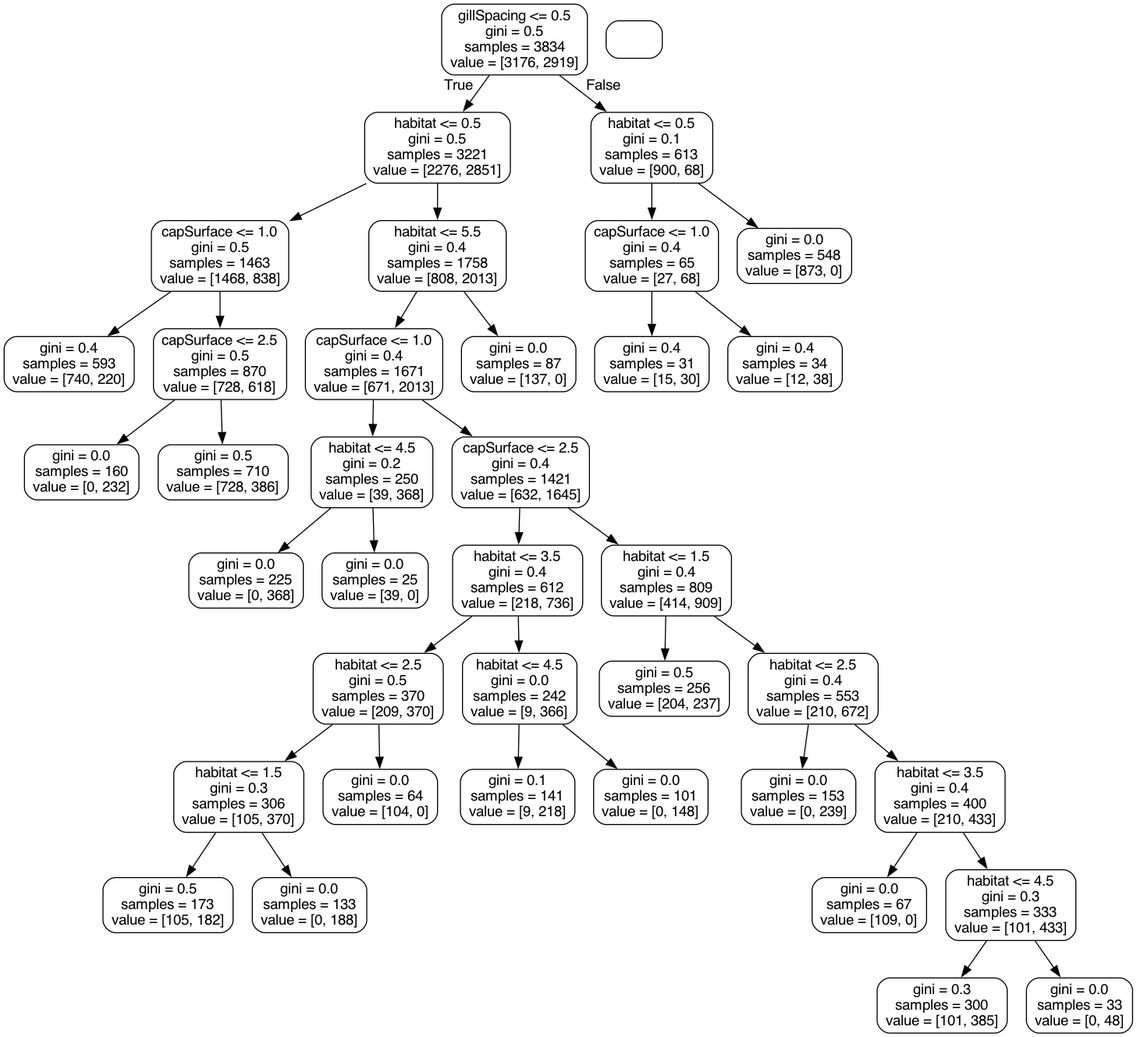
Before: Images/tree.png, a diagram exported from Graphviz (williamhenderson02/ML-Coursework-2022). Its source is kept beside it as tree.dot.
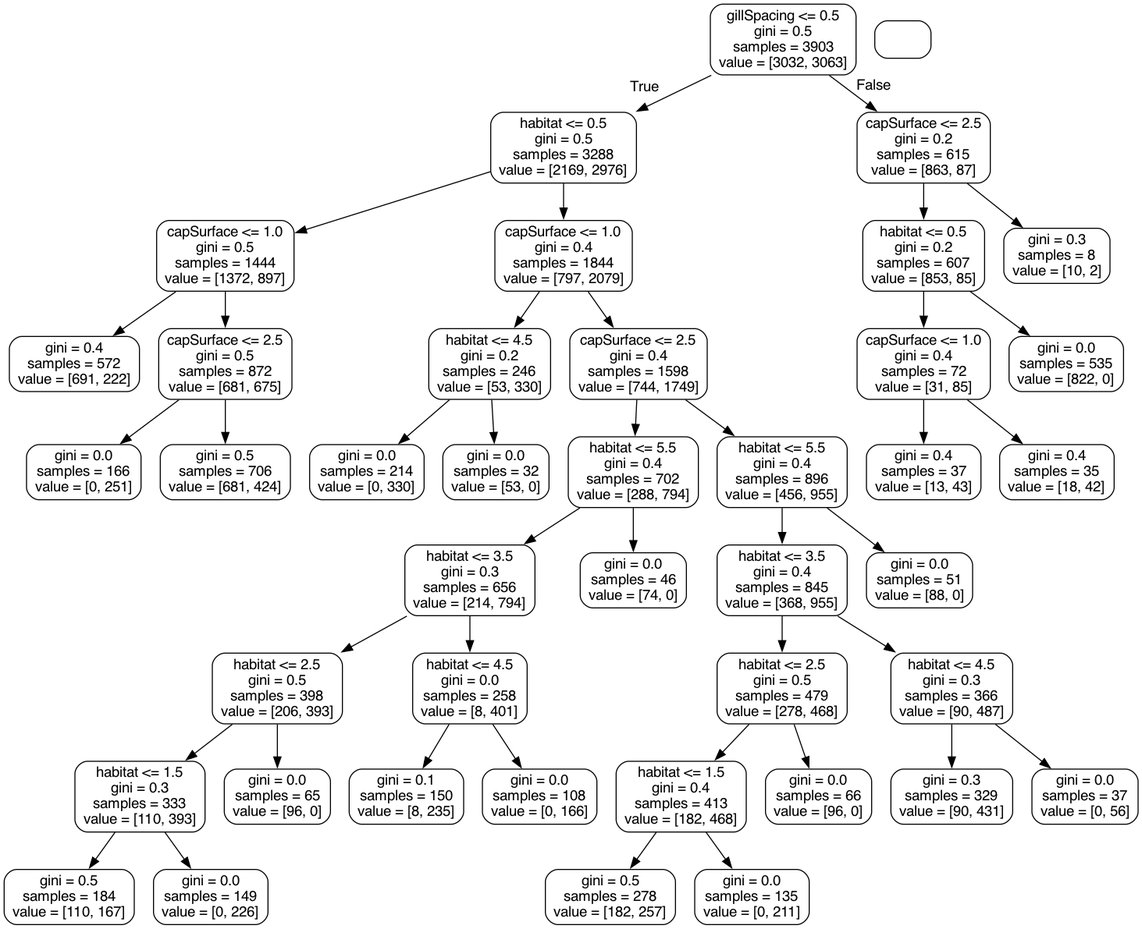
Above is the later version.

Change to the diagram source:
```diff
@@ -1,77 +1,85 @@
 digraph Tree {
 node [shape=box, style="rounded", color="black", fontname="helvetica"] ;
 edge [fontname="helvetica"] ;
-0 [label="gillSpacing <= 0.5\ngini = 0.5\nsamples = 3834\nvalue = [3176, 2919]"] ;
-1 [label="habitat <= 0.5\ngini = 0.5\nsamples = 3221\nvalue = [2276, 2851]"] ;
+0 [label="gillSpacing <= 0.5\ngini = 0.5\nsamples = 3903\nvalue = [3032, 3063]"] ;
+1 [label="habitat <= 0.5\ngini = 0.5\nsamples = 3288\nvalue = [2169, 2976]"] ;
 0 -> 1 [labeldistance=2.5, labelangle=45, headlabel="True"] ;
-2 [label="capSurface <= 1.0\ngini = 0.5\nsamples = 1463\nvalue = [1468, 838]"] ;
+2 [label="capSurface <= 1.0\ngini = 0.5\nsamples = 1444\nvalue = [1372, 897]"] ;
 1 -> 2 ;
-3 [label="gini = 0.4\nsamples = 593\nvalue = [740, 220]"] ;
+3 [label="gini = 0.4\nsamples = 572\nvalue = [691, 222]"] ;
 2 -> 3 ;
-4 [label="capSurface <= 2.5\ngini = 0.5\nsamples = 870\nvalue = [728, 618]"] ;
+4 [label="capSurface <= 2.5\ngini = 0.5\nsamples = 872\nvalue = [681, 675]"] ;
 2 -> 4 ;
-5 [label="gini = 0.0\nsamples = 160\nvalue = [0, 232]"] ;
+5 [label="gini = 0.0\nsamples = 166\nvalue = [0, 251]"] ;
 4 -> 5 ;
-6 [label="gini = 0.5\nsamples = 710\nvalue = [728, 386]"] ;
+6 [label="gini = 0.5\nsamples = 706\nvalue = [681, 424]"] ;
 4 -> 6 ;
-7 [label="habitat <= 5.5\ngini = 0.4\nsamples = 1758\nvalue = [808, 2013]"] ;
+7 [label="capSurface <= 1.0\ngini = 0.4\nsamples = 1844\nvalue = [797, 2079]"] ;
 1 -> 7 ;
-8 [label="capSurface <= 1.0\ngini = 0.4\nsamples = 1671\nvalue = [671, 2013]"] ;
+8 [label="habitat <= 4.5\ngini = 0.2\nsamples = 246\nvalue = [53, 330]"] ;
 7 -> 8 ;
-9 [label="habitat <= 4.5\ngini = 0.2\nsamples = 250\nvalue = [39, 368]"] ;
+9 [label="gini = 0.0\nsamples = 214\nvalue = [0, 330]"] ;
 8 -> 9 ;
-10 [label="gini = 0.0\nsamples = 225\nvalue = [0, 368]"] ;
-9 -> 10 ;
-11 [label="gini = 0.0\nsamples = 25\nvalue = [39, 0]"] ;
-9 -> 11 ;
-12 [label="capSurface <= 2.5\ngini = 0.4\nsamples = 1421\nvalue = [632, 1645]"] ;
-8 -> 12 ;
-13 [label="habitat <= 3.5\ngini = 0.4\nsamples = 612\nvalue = [218, 736]"] ;
+10 [label="gini = 0.0\nsamples = 32\nvalue = [53, 0]"] ;
+8 -> 10 ;
+11 [label="capSurface <= 2.5\ngini = 0.4\nsamples = 1598\nvalue = [744, 1749]"] ;
+7 -> 11 ;
+12 [label="habitat <= 5.5\ngini = 0.4\nsamples = 702\nvalue = [288, 794]"] ;
+11 -> 12 ;
+13 [label="habitat <= 3.5\ngini = 0.3\nsamples = 656\nvalue = [214, 794]"] ;
 12 -> 13 ;
-14 [label="habitat <= 2.5\ngini = 0.5\nsamples = 370\nvalue = [209, 370]"] ;
+14 [label="habitat <= 2.5\ngini = 0.5\nsamples = 398\nvalue = [206, 393]"] ;
 13 -> 14 ;
-15 [label="habitat <= 1.5\ngini = 0.3\nsamples = 306\nvalue = [105, 370]"] ;
+15 [label="habitat <= 1.5\ngini = 0.3\nsamples = 333\nvalue = [110, 393]"] ;
 14 -> 15 ;
-16 [label="gini = 0.5\nsamples = 173\nvalue = [105, 182]"] ;
+16 [label="gini = 0.5\nsamples = 184\nvalue = [110, 167]"] ;
 15 -> 16 ;
-17 [label="gini = 0.0\nsamples = 133\nvalue = [0, 188]"] ;
+17 [label="gini = 0.0\nsamples = 149\nvalue = [0, 226]"] ;
 15 -> 17 ;
-18 [label="gini = 0.0\nsamples = 64\nvalue = [104, 0]"] ;
+18 [label="gini = 0.0\nsamples = 65\nvalue = [96, 0]"] ;
 14 -> 18 ;
-19 [label="habitat <= 4.5\ngini = 0.0\nsamples = 242\nvalue = [9, 366]"] ;
+19 [label="habitat <= 4.5\ngini = 0.0\nsamples = 258\nvalue = [8, 401]"] ;
 13 -> 19 ;
-20 [label="gini = 0.1\nsamples = 141\nvalue = [9, 218]"] ;
+20 [label="gini = 0.1\nsamples = 150\nvalue = [8, 235]"] ;
 19 -> 20 ;
-21 [label="gini = 0.0\nsamples = 101\nvalue = [0, 148]"] ;
+21 [label="gini = 0.0\nsamples = 108\nvalue = [0, 166]"] ;
 19 -> 21 ;
-22 [label="habitat <= 1.5\ngini = 0.4\nsamples = 809\nvalue = [414, 909]"] ;
+22 [label="gini = 0.0\nsamples = 46\nvalue = [74, 0]"] ;
 12 -> 22 ;
-23 [label="gini = 0.5\nsamples = 256\nvalue = [204, 237]"] ;
-22 -> 23 ;
-24 [label="habitat <= 2.5\ngini = 0.4\nsamples = 553\nvalue = [210, 672]"] ;
-22 -> 24 ;
-25 [label="gini = 0.0\nsamples = 153\nvalue = [0, 239]"] ;
+23 [label="habitat <= 5.5\ngini = 0.4\nsamples = 896\nvalue = [456, 955]"] ;
+11 -> 23 ;
+24 [label="habitat <= 3.5\ngini = 0.4\nsamples = 845\nvalue = [368, 955]"] ;
+23 -> 24 ;
+25 [label="habitat <= 2.5\ngini = 0.5\nsamples = 479\nvalue = [278, 468]"] ;
 24 -> 25 ;
-26 [label="habitat <= 3.5\ngini = 0.4\nsamples = 400\nvalue = [210, 433]"] ;
-24 -> 26 ;
-27 [label="gini = 0.0\nsamples = 67\nvalue = [109, 0]"] ;
+26 [label="habitat <= 1.5\ngini = 0.4\nsamples = 413\nvalue = [182, 468]"] ;
+25 -> 26 ;
+27 [label="gini = 0.5\nsamples = 278\nvalue = [182, 257]"] ;
 26 -> 27 ;
-28 [label="habitat <= 4.5\ngini = 0.3\nsamples = 333\nvalue = [101, 433]"] ;
+28 [label="gini = 0.0\nsamples = 135\nvalue = [0, 211]"] ;
 26 -> 28 ;
-29 [label="gini = 0.3\nsamples = 300\nvalue = [101, 385]"] ;
-28 -> 29 ;
-30 [label="gini = 0.0\nsamples = 33\nvalue = [0, 48]"] ;
-28 -> 30 ;
-31 [label="gini = 0.0\nsamples = 87\nvalue = [137, 0]"] ;
-7 -> 31 ;
-32 [label="habitat <= 0.5\ngini = 0.1\nsamples = 613\nvalue = [900, 68]"] ;
-0 -> 32 [labeldistance=2.5, labelangle=-45, headlabel="False"] ;
-33 [label="capSurface <= 1.0\ngini = 0.4\nsamples = 65\nvalue = [27, 68]"] ;
-32 -> 33 ;
-34 [label="gini = 0.4\nsamples = 31\nvalue = [15, 30]"] ;
-33 -> 34 ;
-35 [label="gini = 0.4\nsamples = 34\nvalue = [12, 38]"] ;
-33 -> 35 ;
-36 [label="gini = 0.0\nsamples = 548\nvalue = [873, 0]"] ;
-32 -> 36 ;
+29 [label="gini = 0.0\nsamples = 66\nvalue = [96, 0]"] ;
+25 -> 29 ;
+30 [label="habitat <= 4.5\ngini = 0.3\nsamples = 366\nvalue = [90, 487]"] ;
+24 -> 30 ;
+31 [label="gini = 0.3\nsamples = 329\nvalue = [90, 431]"] ;
+30 -> 31 ;
+32 [label="gini = 0.0\nsamples = 37\nvalue = [0, 56]"] ;
+30 -> 32 ;
+33 [label="gini = 0.0\nsamples = 51\nvalue = [88, 0]"] ;
+23 -> 33 ;
+34 [label="capSurface <= 2.5\ngini = 0.2\nsamples = 615\nvalue = [863, 87]"] ;
+0 -> 34 [labeldistance=2.5, labelangle=-45, headlabel="False"] ;
+35 [label="habitat <= 0.5\ngini = 0.2\nsamples = 607\nvalue = [853, 85]"] ;
+34 -> 35 ;
+36 [label="capSurface <= 1.0\ngini = 0.4\nsamples = 72\nvalue = [31, 85]"] ;
+35 -> 36 ;
+37 [label="gini = 0.4\nsamples = 37\nvalue = [13, 43]"] ;
+36 -> 37 ;
+38 [label="gini = 0.4\nsamples = 35\nvalue = [18, 42]"] ;
+36 -> 38 ;
+39 [label="gini = 0.0\nsamples = 535\nvalue = [822, 0]"] ;
+35 -> 39 ;
+40 [label="gini = 0.3\nsamples = 8\nvalue = [10, 2]"] ;
+34 -> 40 ;
 }
```
